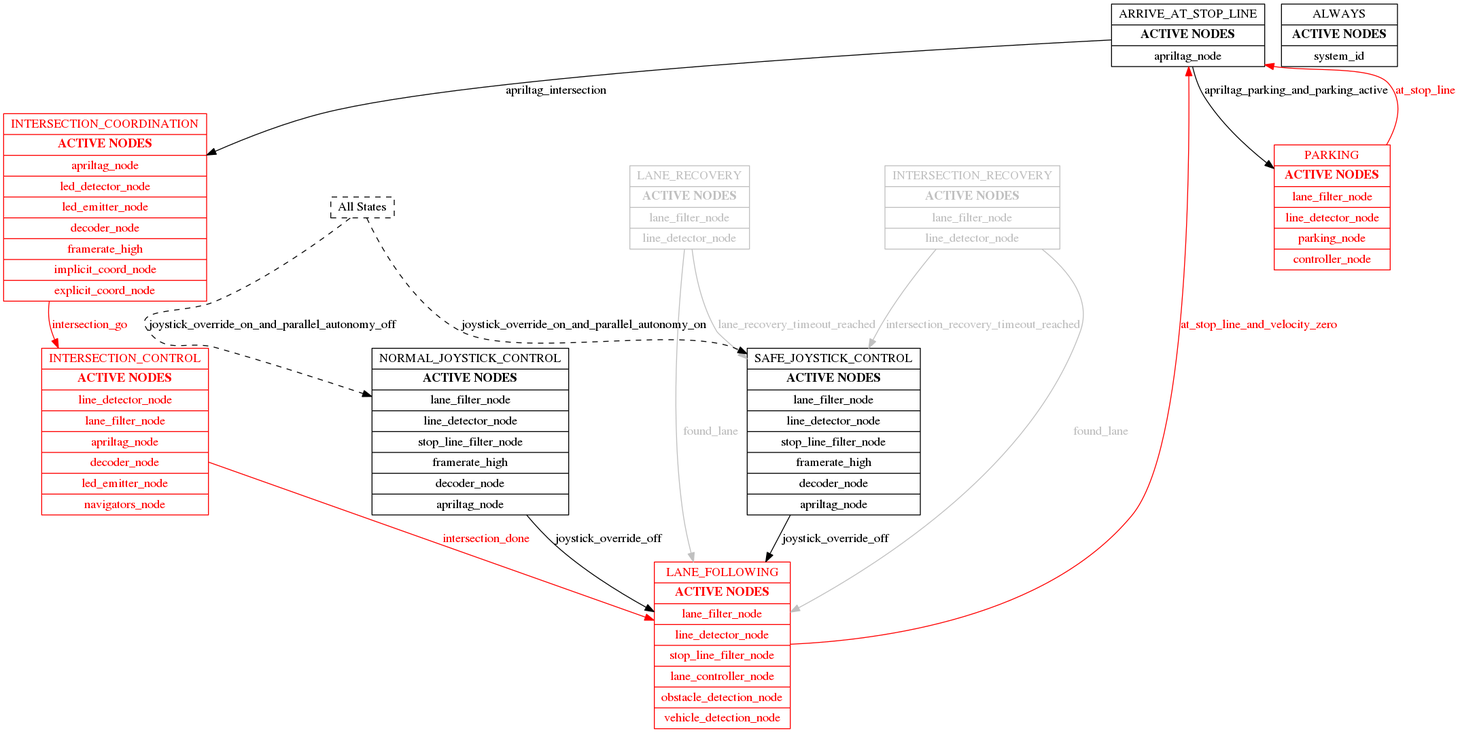
Before: catkin_ws/src/00-infrastructure/ros_diagram/fsm_default_detailed.png, a diagram exported from Graphviz (spadma3/duck). Its source is kept beside it as catkin_ws/src/00-infrastructure/ros_diagram/fsm_default_detailed.dot.
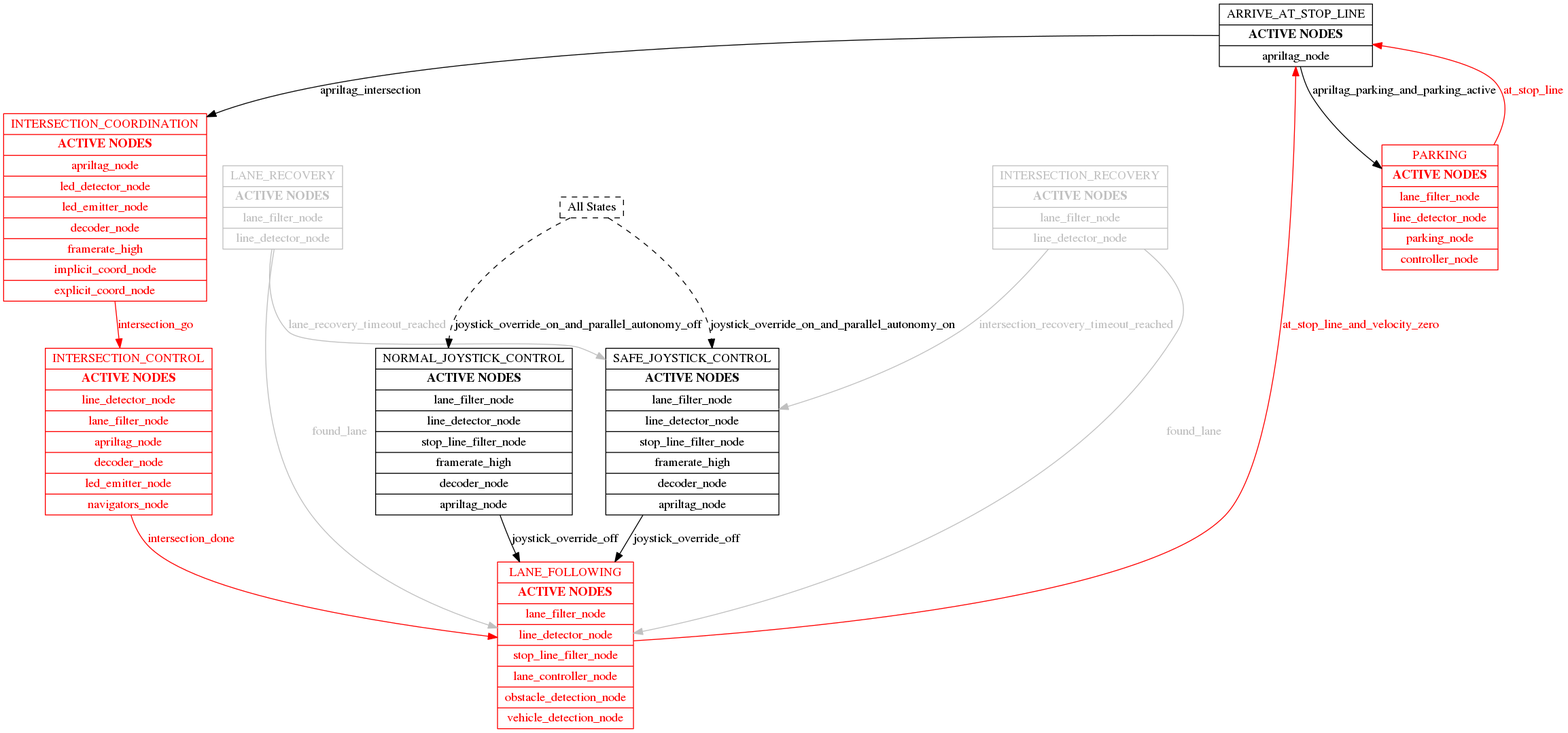
After the commit.

Commit message:
Added nodes from The Flags document

The edit, as a diff of the source:
```diff
@@ -3,10 +3,9 @@
 	ARRIVE_AT_STOP_LINE [label=<{ ARRIVE_AT_STOP_LINE | <B> ACTIVE NODES </B> | apriltag_node }> color=black fontcolor=black]
 	INTERSECTION_CONTROL [label=<{ INTERSECTION_CONTROL | <B> ACTIVE NODES </B> | line_detector_node | lane_filter_node | apriltag_node | decoder_node | led_emitter_node | navigators_node }> color=red fontcolor=red]
 	INTERSECTION_COORDINATION [label=<{ INTERSECTION_COORDINATION | <B> ACTIVE NODES </B> | apriltag_node | led_detector_node | led_emitter_node | decoder_node | framerate_high | implicit_coord_node | explicit_coord_node }> color=red fontcolor=red]
-	ALWAYS [label=<{ ALWAYS | <B> ACTIVE NODES </B> | system_id }>]
+	LANE_RECOVERY [label=<{ LANE_RECOVERY | <B> ACTIVE NODES </B> | lane_filter_node | line_detector_node }> color=gray fontcolor=gray]
 	NORMAL_JOYSTICK_CONTROL [label=<{ NORMAL_JOYSTICK_CONTROL | <B> ACTIVE NODES </B> | lane_filter_node | line_detector_node | stop_line_filter_node | framerate_high | decoder_node | apriltag_node }> color=black fontcolor=black]
 	SAFE_JOYSTICK_CONTROL [label=<{ SAFE_JOYSTICK_CONTROL | <B> ACTIVE NODES </B> | lane_filter_node | line_detector_node | stop_line_filter_node | framerate_high | decoder_node | apriltag_node }> color=black fontcolor=black]
-	LANE_RECOVERY [label=<{ LANE_RECOVERY | <B> ACTIVE NODES </B> | lane_filter_node | line_detector_node }> color=gray fontcolor=gray]
 	INTERSECTION_RECOVERY [label=<{ INTERSECTION_RECOVERY | <B> ACTIVE NODES </B> | lane_filter_node | line_detector_node }> color=gray fontcolor=gray]
 	PARKING [label=<{ PARKING | <B> ACTIVE NODES </B> | lane_filter_node | line_detector_node | parking_node | controller_node }> color=red fontcolor=red]
 	LANE_FOLLOWING [label=<{ LANE_FOLLOWING | <B> ACTIVE NODES </B> | lane_filter_node | line_detector_node | stop_line_filter_node | lane_controller_node | obstacle_detection_node | vehicle_detection_node }> color=red fontcolor=red]
@@ -14,10 +13,10 @@
 	ARRIVE_AT_STOP_LINE -> INTERSECTION_COORDINATION [label=apriltag_intersection color=black fontcolor=black]
 	INTERSECTION_CONTROL -> LANE_FOLLOWING [label=intersection_done color=red fontcolor=red]
 	INTERSECTION_COORDINATION -> INTERSECTION_CONTROL [label=intersection_go color=red fontcolor=red]
+	LANE_RECOVERY -> SAFE_JOYSTICK_CONTROL [label=lane_recovery_timeout_reached color=gray fontcolor=gray]
+	LANE_RECOVERY -> LANE_FOLLOWING [label=found_lane color=gray fontcolor=gray]
 	NORMAL_JOYSTICK_CONTROL -> LANE_FOLLOWING [label=joystick_override_off color=black fontcolor=black]
 	SAFE_JOYSTICK_CONTROL -> LANE_FOLLOWING [label=joystick_override_off color=black fontcolor=black]
-	LANE_RECOVERY -> SAFE_JOYSTICK_CONTROL [label=lane_recovery_timeout_reached color=gray fontcolor=gray]
-	LANE_RECOVERY -> LANE_FOLLOWING [label=found_lane color=gray fontcolor=gray]
 	INTERSECTION_RECOVERY -> SAFE_JOYSTICK_CONTROL [label=intersection_recovery_timeout_reached color=gray fontcolor=gray]
 	INTERSECTION_RECOVERY -> LANE_FOLLOWING [label=found_lane color=gray fontcolor=gray]
 	PARKING -> ARRIVE_AT_STOP_LINE [label=at_stop_line color=red fontcolor=red]
```
